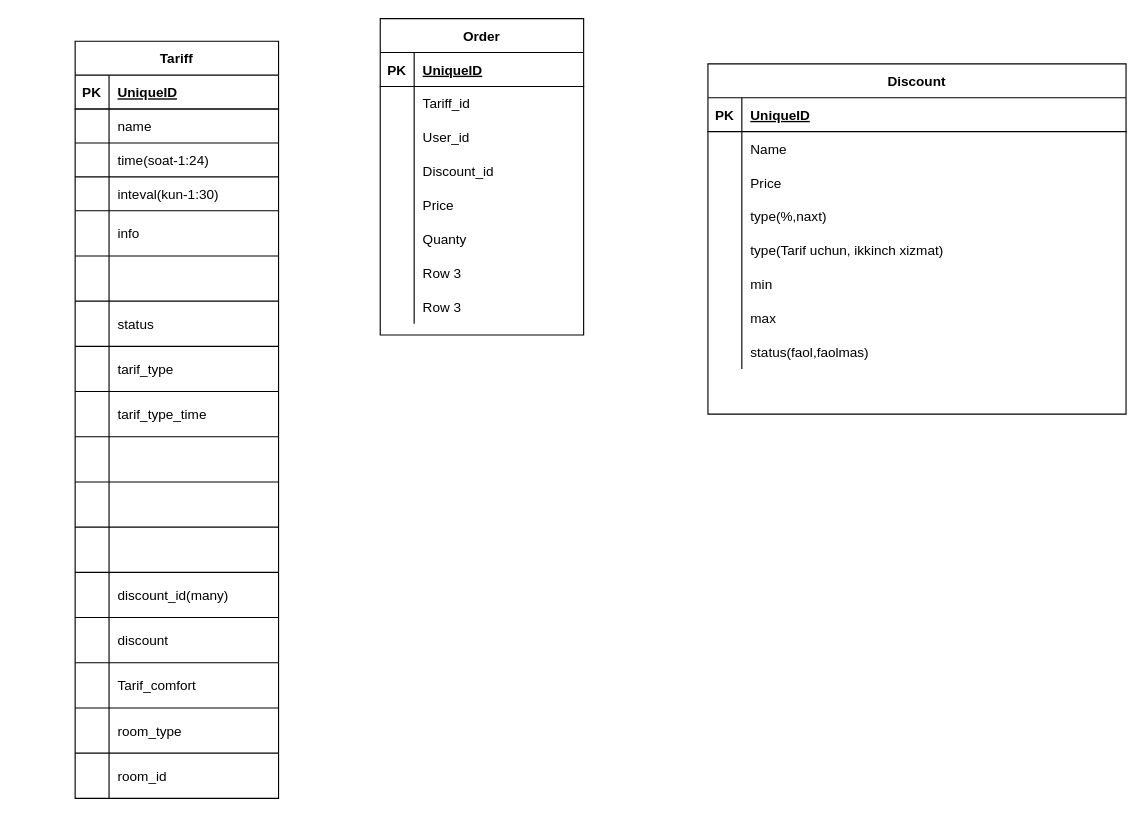
Before: Диаграмма без названия.drawio in Ramziddin-ice/Plan, a draw.io diagram. Source tidied: cells renumbered, new cells numbered last; positions are measured from the earlier drawing's top-left corner, leaving out a move shared by most shapes. Both pictures are drawn from the tidied source at 113%, with x=0, y=0 at pixel (75, 18).
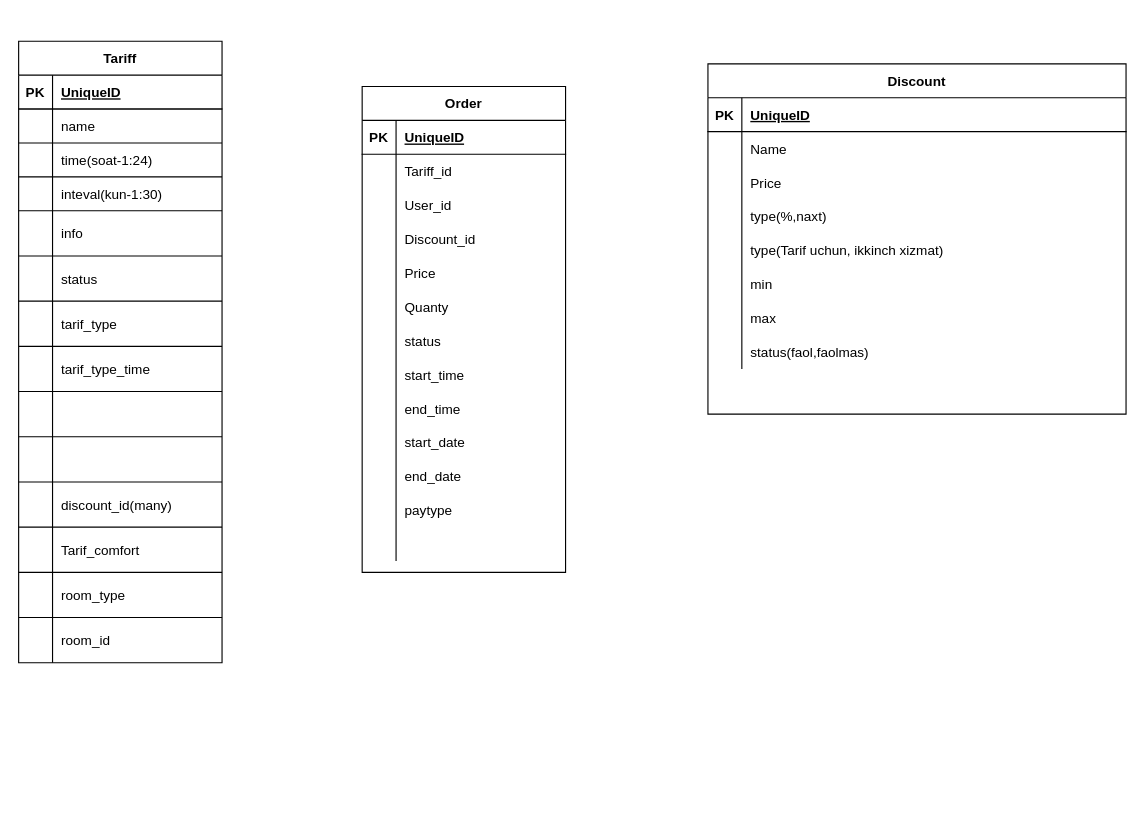
Above is the later version.

The change refers to these unchanged cells:
```xml
<mxCell id="21" style="shape=tableRow;horizontal=0;startSize=0;swimlaneHead=0;swimlaneBody=0;fillColor=none;top=0;left=0;right=0;bottom=0;" parent="2" vertex="1">
  <mxGeometry y="210" width="180" height="30" as="geometry" />
</mxCell>
<mxCell id="24" style="shape=tableRow;horizontal=0;startSize=0;swimlaneHead=0;swimlaneBody=0;fillColor=none;top=0;left=0;right=0;bottom=0;" parent="2" vertex="1">
  <mxGeometry y="240" width="180" height="30" as="geometry" />
</mxCell>
```

Diff of the diagram source:
```diff
@@
     <mxCell id="2" value="Order" style="shape=table;startSize=30;childLayout=tableLayout;rowLines=0;fontStyle=1;align=center;" parent="1" vertex="1">
-      <mxGeometry x="270" width="180" height="280" as="geometry" />
+      <mxGeometry x="254" y="60" width="180" height="430" as="geometry" />
     </mxCell>
@@
-    <mxCell id="23" value="Row 3" style="shape=partialRectangle;fillColor=none;top=0;left=0;bottom=0;right=0;align=left;spacingLeft=6;overflow=hidden;" parent="21" vertex="1">
+    <mxCell id="23" value="status" style="shape=partialRectangle;fillColor=none;top=0;left=0;bottom=0;right=0;align=left;spacingLeft=6;overflow=hidden;" parent="21" vertex="1">
       <mxGeometry x="30" width="150" height="30" as="geometry" />
     </mxCell>
@@
-    <mxCell id="26" value="Row 3" style="shape=partialRectangle;fillColor=none;top=0;left=0;bottom=0;right=0;align=left;spacingLeft=6;overflow=hidden;" parent="24" vertex="1">
+    <mxCell id="26" value="start_time" style="shape=partialRectangle;fillColor=none;top=0;left=0;bottom=0;right=0;align=left;spacingLeft=6;overflow=hidden;" parent="24" vertex="1">
       <mxGeometry x="30" width="150" height="30" as="geometry" />
     </mxCell>
+    <mxCell id="104" style="shape=tableRow;horizontal=0;startSize=0;swimlaneHead=0;swimlaneBody=0;fillColor=none;top=0;left=0;right=0;bottom=0;" parent="2" vertex="1">
+      <mxGeometry y="270" width="180" height="30" as="geometry" />
+    </mxCell>
+    <mxCell id="105" style="shape=partialRectangle;fillColor=none;top=0;left=0;bottom=0;right=0;overflow=hidden;" parent="104" vertex="1">
+      <mxGeometry width="30" height="30" as="geometry" />
+    </mxCell>
+    <mxCell id="106" value="end_time" style="shape=partialRectangle;fillColor=none;top=0;left=0;bottom=0;right=0;align=left;spacingLeft=6;overflow=hidden;" parent="104" vertex="1">
+      <mxGeometry x="30" width="150" height="30" as="geometry" />
+    </mxCell>
+    <mxCell id="107" style="shape=tableRow;horizontal=0;startSize=0;swimlaneHead=0;swimlaneBody=0;fillColor=none;top=0;left=0;right=0;bottom=0;" parent="2" vertex="1">
+      <mxGeometry y="300" width="180" height="30" as="geometry" />
+    </mxCell>
+    <mxCell id="108" style="shape=partialRectangle;fillColor=none;top=0;left=0;bottom=0;right=0;overflow=hidden;" parent="107" vertex="1">
+      <mxGeometry width="30" height="30" as="geometry" />
+    </mxCell>
+    <mxCell id="109" value="start_date" style="shape=partialRectangle;fillColor=none;top=0;left=0;bottom=0;right=0;align=left;spacingLeft=6;overflow=hidden;" parent="107" vertex="1">
+      <mxGeometry x="30" width="150" height="30" as="geometry" />
+    </mxCell>
+    <mxCell id="110" style="shape=tableRow;horizontal=0;startSize=0;swimlaneHead=0;swimlaneBody=0;fillColor=none;top=0;left=0;right=0;bottom=0;" parent="2" vertex="1">
+      <mxGeometry y="330" width="180" height="30" as="geometry" />
+    </mxCell>
+    <mxCell id="111" style="shape=partialRectangle;fillColor=none;top=0;left=0;bottom=0;right=0;overflow=hidden;" parent="110" vertex="1">
+      <mxGeometry width="30" height="30" as="geometry" />
+    </mxCell>
+    <mxCell id="112" value="end_date" style="shape=partialRectangle;fillColor=none;top=0;left=0;bottom=0;right=0;align=left;spacingLeft=6;overflow=hidden;" parent="110" vertex="1">
+      <mxGeometry x="30" width="150" height="30" as="geometry" />
+    </mxCell>
+    <mxCell id="113" style="shape=tableRow;horizontal=0;startSize=0;swimlaneHead=0;swimlaneBody=0;fillColor=none;top=0;left=0;right=0;bottom=0;" parent="2" vertex="1">
+      <mxGeometry y="360" width="180" height="30" as="geometry" />
+    </mxCell>
+    <mxCell id="114" style="shape=partialRectangle;fillColor=none;top=0;left=0;bottom=0;right=0;overflow=hidden;" parent="113" vertex="1">
+      <mxGeometry width="30" height="30" as="geometry" />
+    </mxCell>
+    <mxCell id="115" value="paytype" style="shape=partialRectangle;fillColor=none;top=0;left=0;bottom=0;right=0;align=left;spacingLeft=6;overflow=hidden;" parent="113" vertex="1">
+      <mxGeometry x="30" width="150" height="30" as="geometry" />
+    </mxCell>
+    <mxCell id="116" style="shape=tableRow;horizontal=0;startSize=0;swimlaneHead=0;swimlaneBody=0;fillColor=none;top=0;left=0;right=0;bottom=0;" parent="2" vertex="1">
+      <mxGeometry y="390" width="180" height="30" as="geometry" />
+    </mxCell>
+    <mxCell id="117" style="shape=partialRectangle;fillColor=none;top=0;left=0;bottom=0;right=0;overflow=hidden;" parent="116" vertex="1">
+      <mxGeometry width="30" height="30" as="geometry" />
+    </mxCell>
+    <mxCell id="118" style="shape=partialRectangle;fillColor=none;top=0;left=0;bottom=0;right=0;align=left;spacingLeft=6;overflow=hidden;" parent="116" vertex="1">
+      <mxGeometry x="30" width="150" height="30" as="geometry" />
+    </mxCell>
@@
     <mxCell id="52" value="Tariff" style="shape=table;startSize=30;childLayout=tableLayout;rowLines=1;fontStyle=1;align=center;arcSize=15;swimlaneHead=1;resizeLastRow=1;" parent="1" vertex="1">
-      <mxGeometry y="20" width="180" height="670" as="geometry" />
+      <mxGeometry x="-50" y="20" width="180" height="550" as="geometry" />
     </mxCell>
@@
-    <mxCell id="68" style="shape=partialRectangle;fillColor=none;top=0;left=0;bottom=0;right=0;" parent="52" vertex="1">
-      <mxGeometry y="190" width="180" height="40" as="geometry" />
-    </mxCell>
-    <mxCell id="69" style="shape=partialRectangle;fillColor=none;top=0;left=0;bottom=0;right=0;overflow=hidden;" parent="68" vertex="1">
-      <mxGeometry width="30" height="40" as="geometry" />
-    </mxCell>
-    <mxCell id="70" style="shape=partialRectangle;fillColor=none;top=0;left=0;bottom=0;right=0;align=left;spacingLeft=6;overflow=hidden;" parent="68" vertex="1">
-      <mxGeometry x="30" width="150" height="40" as="geometry" />
-    </mxCell>
     <mxCell id="71" style="shape=partialRectangle;fillColor=none;top=0;left=0;bottom=0;right=0;" parent="52" vertex="1">
-      <mxGeometry y="230" width="180" height="40" as="geometry" />
+      <mxGeometry y="190" width="180" height="40" as="geometry" />
     </mxCell>
@@
     <mxCell id="74" style="shape=partialRectangle;fillColor=none;top=0;left=0;bottom=0;right=0;" parent="52" vertex="1">
-      <mxGeometry y="270" width="180" height="40" as="geometry" />
+      <mxGeometry y="230" width="180" height="40" as="geometry" />
     </mxCell>
@@
     <mxCell id="77" style="shape=partialRectangle;fillColor=none;top=0;left=0;bottom=0;right=0;" parent="52" vertex="1">
-      <mxGeometry y="310" width="180" height="40" as="geometry" />
+      <mxGeometry y="270" width="180" height="40" as="geometry" />
     </mxCell>
@@
-    <mxCell id="80" style="shape=partialRectangle;fillColor=none;top=0;left=0;bottom=0;right=0;" parent="52" vertex="1">
-      <mxGeometry y="350" width="180" height="40" as="geometry" />
-    </mxCell>
-    <mxCell id="81" style="shape=partialRectangle;fillColor=none;top=0;left=0;bottom=0;right=0;overflow=hidden;" parent="80" vertex="1">
-      <mxGeometry width="30" height="40" as="geometry" />
-    </mxCell>
-    <mxCell id="82" style="shape=partialRectangle;fillColor=none;top=0;left=0;bottom=0;right=0;align=left;spacingLeft=6;overflow=hidden;" parent="80" vertex="1">
-      <mxGeometry x="30" width="150" height="40" as="geometry" />
-    </mxCell>
     <mxCell id="83" style="shape=partialRectangle;fillColor=none;top=0;left=0;bottom=0;right=0;" parent="52" vertex="1">
-      <mxGeometry y="390" width="180" height="40" as="geometry" />
+      <mxGeometry y="310" width="180" height="40" as="geometry" />
     </mxCell>
@@
     <mxCell id="86" style="shape=partialRectangle;fillColor=none;top=0;left=0;bottom=0;right=0;" parent="52" vertex="1">
-      <mxGeometry y="430" width="180" height="40" as="geometry" />
+      <mxGeometry y="350" width="180" height="40" as="geometry" />
     </mxCell>
@@
     <mxCell id="89" style="shape=partialRectangle;fillColor=none;top=0;left=0;bottom=0;right=0;" parent="52" vertex="1">
-      <mxGeometry y="470" width="180" height="40" as="geometry" />
+      <mxGeometry y="390" width="180" height="40" as="geometry" />
     </mxCell>
@@
-    <mxCell id="92" style="shape=partialRectangle;fillColor=none;top=0;left=0;bottom=0;right=0;" parent="52" vertex="1">
-      <mxGeometry y="510" width="180" height="40" as="geometry" />
-    </mxCell>
-    <mxCell id="93" style="shape=partialRectangle;fillColor=none;top=0;left=0;bottom=0;right=0;overflow=hidden;" parent="92" vertex="1">
-      <mxGeometry width="30" height="40" as="geometry" />
-    </mxCell>
-    <mxCell id="94" value="discount" style="shape=partialRectangle;fillColor=none;top=0;left=0;bottom=0;right=0;align=left;spacingLeft=6;overflow=hidden;" parent="92" vertex="1">
-      <mxGeometry x="30" width="150" height="40" as="geometry" />
-    </mxCell>
     <mxCell id="95" style="shape=partialRectangle;fillColor=none;top=0;left=0;bottom=0;right=0;" parent="52" vertex="1">
-      <mxGeometry y="550" width="180" height="40" as="geometry" />
+      <mxGeometry y="430" width="180" height="40" as="geometry" />
     </mxCell>
@@
     <mxCell id="98" style="shape=partialRectangle;fillColor=none;top=0;left=0;bottom=0;right=0;" parent="52" vertex="1">
-      <mxGeometry y="590" width="180" height="40" as="geometry" />
+      <mxGeometry y="470" width="180" height="40" as="geometry" />
     </mxCell>
@@
     <mxCell id="101" style="shape=partialRectangle;fillColor=none;top=0;left=0;bottom=0;right=0;" parent="52" vertex="1">
-      <mxGeometry y="630" width="180" height="40" as="geometry" />
+      <mxGeometry y="510" width="180" height="40" as="geometry" />
     </mxCell>
```
